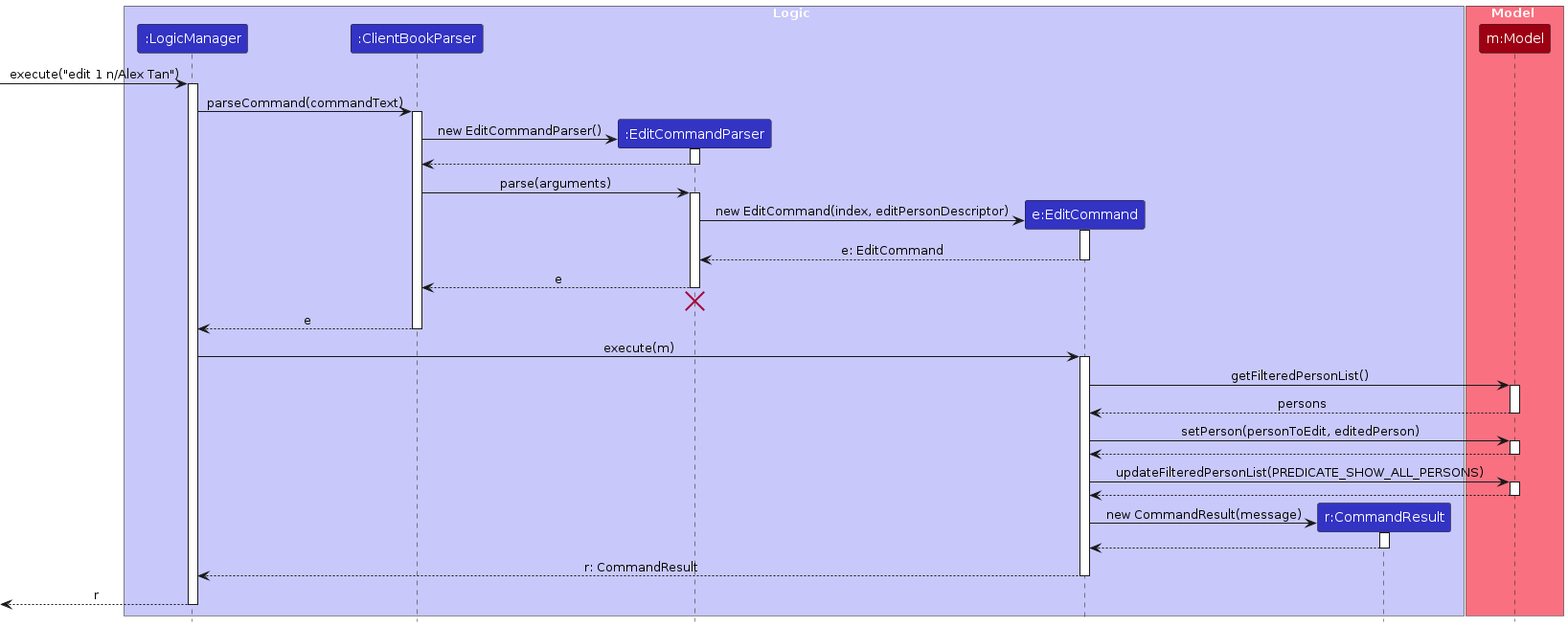
Above: diagrams/EditSequenceDiagram.png in AY2627S1-CS2103T-F14a-4/tp (PlantUML), before the change. Its source is kept beside it as diagrams/EditSequenceDiagram.puml.
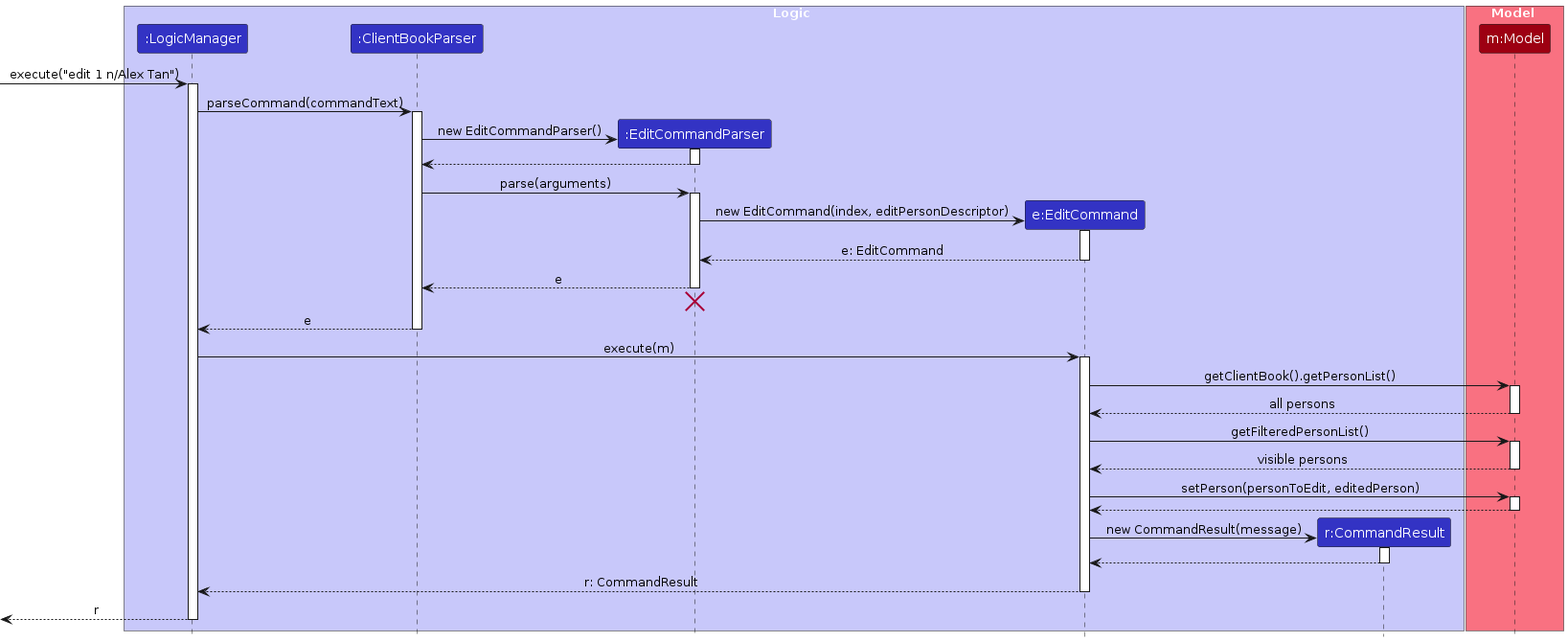
Later version of the same file.

Change to the diagram source:
```diff
@@ -48,19 +48,19 @@
 LogicManager -> EditCommand : execute(m)
 activate EditCommand
 
+EditCommand -> Model : getClientBook().getPersonList()
+activate Model
+
+Model --> EditCommand : all persons
+deactivate Model
+
 EditCommand -> Model : getFilteredPersonList()
 activate Model
 
-Model --> EditCommand : persons
+Model --> EditCommand : visible persons
 deactivate Model
 
 EditCommand -> Model : setPerson(personToEdit, editedPerson)
-activate Model
-
-Model --> EditCommand
-deactivate Model
-
-EditCommand -> Model : updateFilteredPersonList(PREDICATE_SHOW_ALL_PERSONS)
 activate Model
 
 Model --> EditCommand
```
